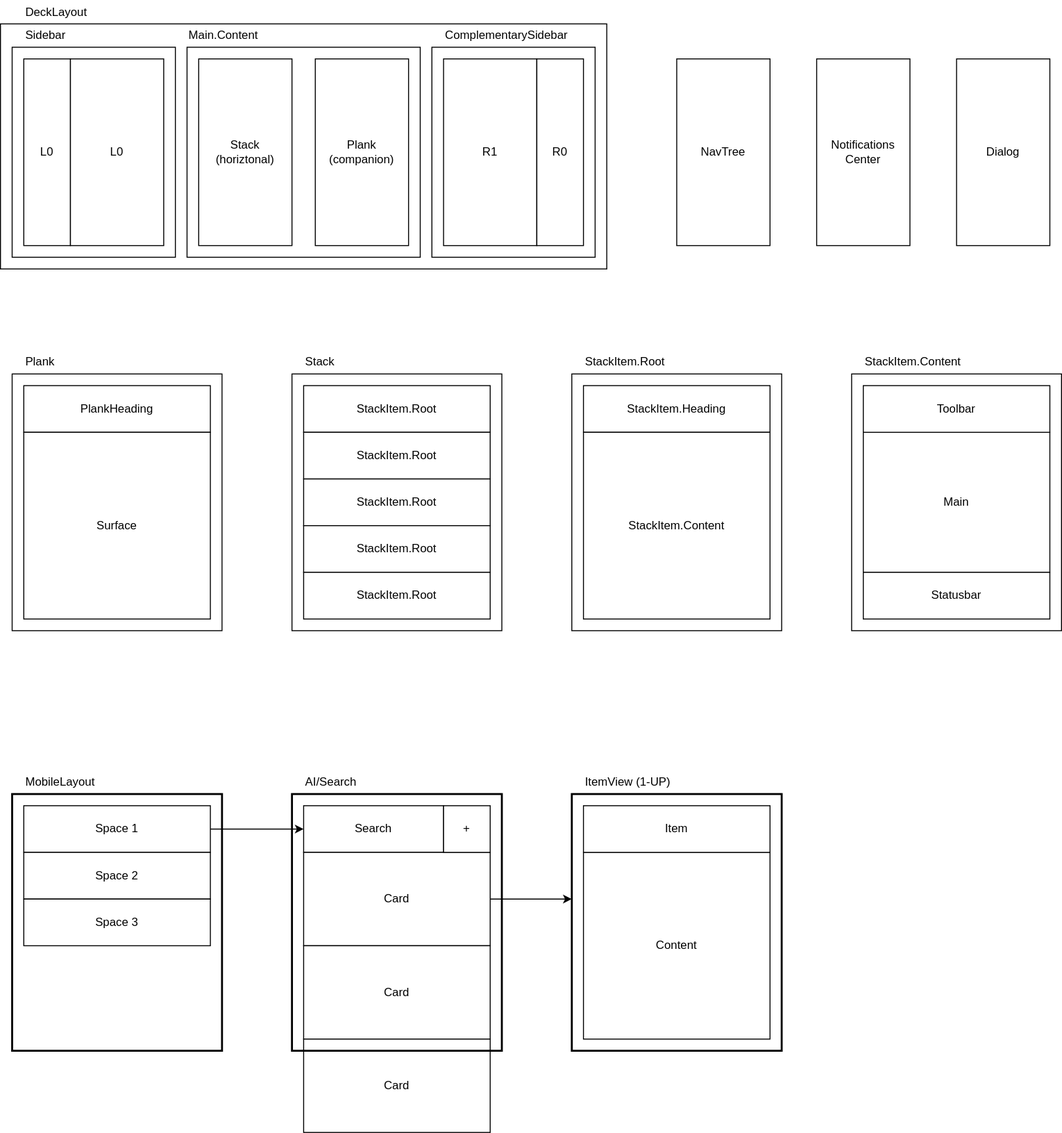
Above: packages/plugins/plugin-deck/docs/layout.drawio.svg in dxos/dxos (draw.io), before the change. Source tidied: cells renumbered, new cells last; positions are measured from the earlier drawing's top-left corner, leaving out a move shared by most shapes. The source it was exported from:
```xml
<mxGraphModel>
  <root>
    <mxCell id="0" />
    <mxCell id="1" parent="0" />
    <mxCell id="2" style="rounded=0;whiteSpace=wrap;html=1;fillColor=none;" parent="1" vertex="1">
      <mxGeometry x="300" y="384" width="216" height="264" as="geometry" />
    </mxCell>
    <mxCell id="3" style="rounded=0;whiteSpace=wrap;html=1;fillColor=none;" parent="1" vertex="1">
      <mxGeometry x="444" y="48" width="168" height="216" as="geometry" />
    </mxCell>
    <mxCell id="4" style="rounded=0;whiteSpace=wrap;html=1;fillColor=none;" parent="1" vertex="1">
      <mxGeometry x="12" y="48" width="168" height="216" as="geometry" />
    </mxCell>
    <mxCell id="5" style="rounded=0;whiteSpace=wrap;html=1;fillColor=none;" parent="1" vertex="1">
      <mxGeometry y="24" width="624" height="252" as="geometry" />
    </mxCell>
    <mxCell id="6" style="rounded=0;whiteSpace=wrap;html=1;fillColor=none;" parent="1" vertex="1">
      <mxGeometry x="12" y="384" width="216" height="264" as="geometry" />
    </mxCell>
    <mxCell id="7" style="rounded=0;whiteSpace=wrap;html=1;fillColor=none;" parent="1" vertex="1">
      <mxGeometry x="876" y="384" width="216" height="264" as="geometry" />
    </mxCell>
    <mxCell id="8" value="L0" style="rounded=0;whiteSpace=wrap;html=1;" parent="1" vertex="1">
      <mxGeometry x="24" y="60" width="48" height="192" as="geometry" />
    </mxCell>
    <mxCell id="9" value="L0" style="rounded=0;whiteSpace=wrap;html=1;" parent="1" vertex="1">
      <mxGeometry x="72" y="60" width="96" height="192" as="geometry" />
    </mxCell>
    <mxCell id="10" style="rounded=0;whiteSpace=wrap;html=1;" parent="1" vertex="1">
      <mxGeometry x="192" y="48" width="240" height="216" as="geometry" />
    </mxCell>
    <mxCell id="11" value="R1" style="rounded=0;whiteSpace=wrap;html=1;" parent="1" vertex="1">
      <mxGeometry x="456" y="60" width="96" height="192" as="geometry" />
    </mxCell>
    <mxCell id="12" value="R0" style="rounded=0;whiteSpace=wrap;html=1;" parent="1" vertex="1">
      <mxGeometry x="552" y="60" width="48" height="192" as="geometry" />
    </mxCell>
    <mxCell id="13" value="Main" style="rounded=0;whiteSpace=wrap;html=1;" parent="1" vertex="1">
      <mxGeometry x="888" y="444" width="192" height="144" as="geometry" />
    </mxCell>
    <mxCell id="14" value="Toolbar" style="rounded=0;whiteSpace=wrap;html=1;" parent="1" vertex="1">
      <mxGeometry x="888" y="396" width="192" height="48" as="geometry" />
    </mxCell>
    <mxCell id="15" value="Statusbar" style="rounded=0;whiteSpace=wrap;html=1;" parent="1" vertex="1">
      <mxGeometry x="888" y="588" width="192" height="48" as="geometry" />
    </mxCell>
    <mxCell id="16" value="StackItem.Content" style="rounded=0;whiteSpace=wrap;html=1;align=left;strokeColor=none;fillColor=none;" parent="1" vertex="1">
      <mxGeometry x="888" y="360" width="144" height="24" as="geometry" />
    </mxCell>
    <mxCell id="17" value="PlankHeading" style="rounded=0;whiteSpace=wrap;html=1;" parent="1" vertex="1">
      <mxGeometry x="24" y="396" width="192" height="48" as="geometry" />
    </mxCell>
    <mxCell id="18" value="Surface" style="rounded=0;whiteSpace=wrap;html=1;" parent="1" vertex="1">
      <mxGeometry x="24" y="444" width="192" height="192" as="geometry" />
    </mxCell>
    <mxCell id="19" value="Plank" style="rounded=0;whiteSpace=wrap;html=1;align=left;strokeColor=none;fillColor=none;" parent="1" vertex="1">
      <mxGeometry x="24" y="360" width="144" height="24" as="geometry" />
    </mxCell>
    <mxCell id="20" value="Sidebar" style="rounded=0;whiteSpace=wrap;html=1;align=left;strokeColor=none;fillColor=none;" parent="1" vertex="1">
      <mxGeometry x="24" y="24" width="144" height="24" as="geometry" />
    </mxCell>
    <mxCell id="21" value="ComplementarySidebar" style="rounded=0;whiteSpace=wrap;html=1;align=left;strokeColor=none;fillColor=none;" parent="1" vertex="1">
      <mxGeometry x="456" y="24" width="144" height="24" as="geometry" />
    </mxCell>
    <mxCell id="22" value="DeckLayout" style="rounded=0;whiteSpace=wrap;html=1;align=left;strokeColor=none;fillColor=none;" parent="1" vertex="1">
      <mxGeometry x="24" width="144" height="24" as="geometry" />
    </mxCell>
    <mxCell id="23" value="Stack" style="rounded=0;whiteSpace=wrap;html=1;align=left;strokeColor=none;fillColor=none;" parent="1" vertex="1">
      <mxGeometry x="312" y="360" width="144" height="24" as="geometry" />
    </mxCell>
    <mxCell id="24" value="StackItem.Root" style="rounded=0;whiteSpace=wrap;html=1;" parent="1" vertex="1">
      <mxGeometry x="312" y="396" width="192" height="48" as="geometry" />
    </mxCell>
    <mxCell id="25" value="StackItem.Root" style="rounded=0;whiteSpace=wrap;html=1;" parent="1" vertex="1">
      <mxGeometry x="312" y="444" width="192" height="48" as="geometry" />
    </mxCell>
    <mxCell id="26" value="StackItem.Root" style="rounded=0;whiteSpace=wrap;html=1;" parent="1" vertex="1">
      <mxGeometry x="312" y="492" width="192" height="48" as="geometry" />
    </mxCell>
    <mxCell id="27" value="StackItem.Root" style="rounded=0;whiteSpace=wrap;html=1;" parent="1" vertex="1">
      <mxGeometry x="312" y="540" width="192" height="48" as="geometry" />
    </mxCell>
    <mxCell id="28" value="StackItem.Root" style="rounded=0;whiteSpace=wrap;html=1;" parent="1" vertex="1">
      <mxGeometry x="312" y="588" width="192" height="48" as="geometry" />
    </mxCell>
    <mxCell id="29" value="StackItem.Heading" style="rounded=0;whiteSpace=wrap;html=1;" parent="1" vertex="1">
      <mxGeometry x="600" y="396" width="192" height="48" as="geometry" />
    </mxCell>
    <mxCell id="30" value="StackItem.Content" style="rounded=0;whiteSpace=wrap;html=1;" parent="1" vertex="1">
      <mxGeometry x="600" y="444" width="192" height="192" as="geometry" />
    </mxCell>
    <mxCell id="31" value="StackItem.Root" style="rounded=0;whiteSpace=wrap;html=1;align=left;strokeColor=none;fillColor=none;" parent="1" vertex="1">
      <mxGeometry x="600" y="360" width="144" height="24" as="geometry" />
    </mxCell>
    <mxCell id="32" style="rounded=0;whiteSpace=wrap;html=1;fillColor=none;" parent="1" vertex="1">
      <mxGeometry x="588" y="384" width="216" height="264" as="geometry" />
    </mxCell>
    <mxCell id="33" value="Main.Content" style="rounded=0;whiteSpace=wrap;html=1;align=left;strokeColor=none;fillColor=none;" parent="1" vertex="1">
      <mxGeometry x="192" y="24" width="144" height="24" as="geometry" />
    </mxCell>
    <mxCell id="34" value="Stack&lt;br&gt;(horiztonal)" style="rounded=0;whiteSpace=wrap;html=1;" parent="1" vertex="1">
      <mxGeometry x="204" y="60" width="96" height="192" as="geometry" />
    </mxCell>
    <mxCell id="35" value="Plank&lt;br&gt;(companion)" style="rounded=0;whiteSpace=wrap;html=1;" parent="1" vertex="1">
      <mxGeometry x="324" y="60" width="96" height="192" as="geometry" />
    </mxCell>
    <mxCell id="36" value="Notifications&lt;br&gt;Center" style="rounded=0;whiteSpace=wrap;html=1;" parent="1" vertex="1">
      <mxGeometry x="840" y="60" width="96" height="192" as="geometry" />
    </mxCell>
    <mxCell id="37" value="NavTree" style="rounded=0;whiteSpace=wrap;html=1;" parent="1" vertex="1">
      <mxGeometry x="696" y="60" width="96" height="192" as="geometry" />
    </mxCell>
    <mxCell id="38" value="Dialog" style="rounded=0;whiteSpace=wrap;html=1;" parent="1" vertex="1">
      <mxGeometry x="984" y="60" width="96" height="192" as="geometry" />
    </mxCell>
    <mxCell id="39" style="edgeStyle=none;html=1;exitX=1;exitY=0.5;exitDx=0;exitDy=0;" parent="1" edge="1" source="40" target="43">
      <mxGeometry relative="1" as="geometry" />
    </mxCell>
    <mxCell id="40" value="Space 1" style="rounded=0;whiteSpace=wrap;html=1;" parent="1" vertex="1">
      <mxGeometry x="24" y="828" width="192" height="48" as="geometry" />
    </mxCell>
    <mxCell id="41" value="Space 2" style="rounded=0;whiteSpace=wrap;html=1;" parent="1" vertex="1">
      <mxGeometry x="24" y="876" width="192" height="48" as="geometry" />
    </mxCell>
    <mxCell id="42" value="Space 3" style="rounded=0;whiteSpace=wrap;html=1;" parent="1" vertex="1">
      <mxGeometry x="24" y="924" width="192" height="48" as="geometry" />
    </mxCell>
    <mxCell id="43" value="Search" style="rounded=0;whiteSpace=wrap;html=1;" parent="1" vertex="1">
      <mxGeometry x="312" y="828" width="144" height="48" as="geometry" />
    </mxCell>
    <mxCell id="44" style="edgeStyle=none;html=1;exitX=1;exitY=0.5;exitDx=0;exitDy=0;" parent="1" edge="1" source="45">
      <mxGeometry relative="1" as="geometry">
        <mxPoint x="588" y="924" as="targetPoint" />
      </mxGeometry>
    </mxCell>
    <mxCell id="45" value="Card" style="rounded=0;whiteSpace=wrap;html=1;" parent="1" vertex="1">
      <mxGeometry x="312" y="876" width="192" height="96" as="geometry" />
    </mxCell>
    <mxCell id="46" value="Card" style="rounded=0;whiteSpace=wrap;html=1;" parent="1" vertex="1">
      <mxGeometry x="312" y="972" width="192" height="96" as="geometry" />
    </mxCell>
    <mxCell id="47" value="Card" style="rounded=0;whiteSpace=wrap;html=1;" parent="1" vertex="1">
      <mxGeometry x="312" y="1068" width="192" height="96" as="geometry" />
    </mxCell>
    <mxCell id="48" value="MobileLayout" style="rounded=0;whiteSpace=wrap;html=1;align=left;strokeColor=none;fillColor=none;" parent="1" vertex="1">
      <mxGeometry x="24" y="792" width="144" height="24" as="geometry" />
    </mxCell>
    <mxCell id="49" value="+" style="rounded=0;whiteSpace=wrap;html=1;" parent="1" vertex="1">
      <mxGeometry x="456" y="828" width="48" height="48" as="geometry" />
    </mxCell>
    <mxCell id="50" value="Content" style="rounded=0;whiteSpace=wrap;html=1;" parent="1" vertex="1">
      <mxGeometry x="600" y="876" width="192" height="192" as="geometry" />
    </mxCell>
    <mxCell id="51" value="Item" style="rounded=0;whiteSpace=wrap;html=1;" parent="1" vertex="1">
      <mxGeometry x="600" y="828" width="192" height="48" as="geometry" />
    </mxCell>
    <mxCell id="52" value="AI/Search" style="rounded=0;whiteSpace=wrap;html=1;align=left;strokeColor=none;fillColor=none;" parent="1" vertex="1">
      <mxGeometry x="312" y="792" width="144" height="24" as="geometry" />
    </mxCell>
    <mxCell id="53" value="ItemView (1-UP)" style="rounded=0;whiteSpace=wrap;html=1;align=left;strokeColor=none;fillColor=none;" parent="1" vertex="1">
      <mxGeometry x="600" y="792" width="144" height="24" as="geometry" />
    </mxCell>
    <mxCell id="54" style="rounded=0;whiteSpace=wrap;html=1;fillColor=none;strokeWidth=2;" parent="1" vertex="1">
      <mxGeometry x="588" y="816" width="216" height="264" as="geometry" />
    </mxCell>
    <mxCell id="55" style="rounded=0;whiteSpace=wrap;html=1;fillColor=none;strokeWidth=2;" parent="1" vertex="1">
      <mxGeometry x="300" y="816" width="216" height="264" as="geometry" />
    </mxCell>
    <mxCell id="56" style="rounded=0;whiteSpace=wrap;html=1;fillColor=none;strokeWidth=2;" parent="1" vertex="1">
      <mxGeometry x="12" y="816" width="216" height="264" as="geometry" />
    </mxCell>
  </root>
</mxGraphModel>
```
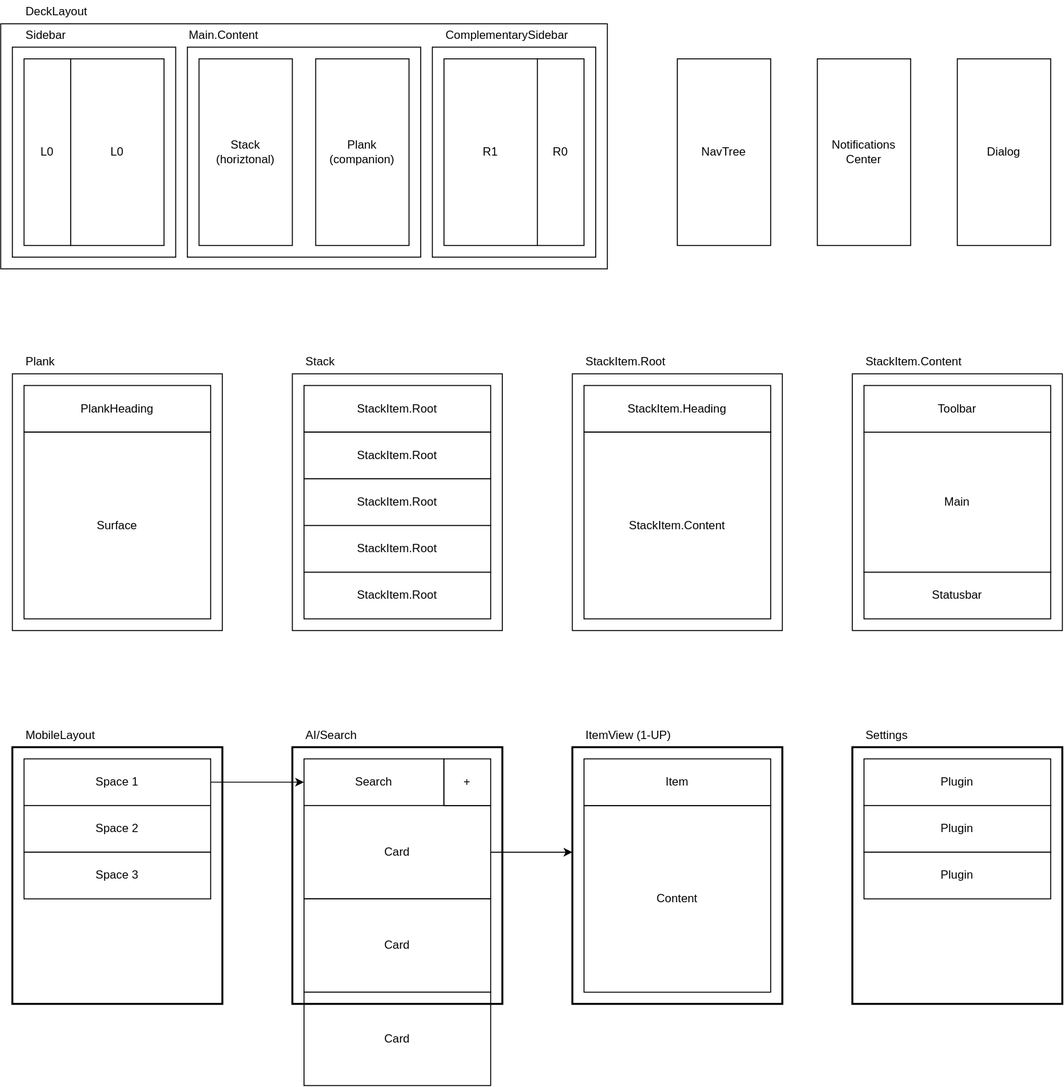
After the change.

Commit message:
docs: add layout diagram for settings panel

What changed in the source:
```diff
@@ -2,6 +2,12 @@
   <root>
     <mxCell id="0" />
     <mxCell id="1" parent="0" />
+    <mxCell id="57" style="rounded=0;whiteSpace=wrap;html=1;fillColor=none;strokeWidth=2;" parent="1" vertex="1">
+      <mxGeometry x="876" y="768" width="216" height="264" as="geometry" />
+    </mxCell>
+    <mxCell id="54" style="rounded=0;whiteSpace=wrap;html=1;fillColor=none;strokeWidth=2;" parent="1" vertex="1">
+      <mxGeometry x="588" y="768" width="216" height="264" as="geometry" />
+    </mxCell>
     <mxCell id="2" style="rounded=0;whiteSpace=wrap;html=1;fillColor=none;" parent="1" vertex="1">
       <mxGeometry x="300" y="384" width="216" height="264" as="geometry" />
     </mxCell>
@@ -117,57 +123,66 @@
       <mxGeometry relative="1" as="geometry" />
     </mxCell>
     <mxCell id="40" value="Space 1" style="rounded=0;whiteSpace=wrap;html=1;" parent="1" vertex="1">
-      <mxGeometry x="24" y="828" width="192" height="48" as="geometry" />
+      <mxGeometry x="24" y="780" width="192" height="48" as="geometry" />
     </mxCell>
     <mxCell id="41" value="Space 2" style="rounded=0;whiteSpace=wrap;html=1;" parent="1" vertex="1">
-      <mxGeometry x="24" y="876" width="192" height="48" as="geometry" />
+      <mxGeometry x="24" y="828" width="192" height="48" as="geometry" />
     </mxCell>
     <mxCell id="42" value="Space 3" style="rounded=0;whiteSpace=wrap;html=1;" parent="1" vertex="1">
-      <mxGeometry x="24" y="924" width="192" height="48" as="geometry" />
+      <mxGeometry x="24" y="876" width="192" height="48" as="geometry" />
     </mxCell>
     <mxCell id="43" value="Search" style="rounded=0;whiteSpace=wrap;html=1;" parent="1" vertex="1">
-      <mxGeometry x="312" y="828" width="144" height="48" as="geometry" />
+      <mxGeometry x="312" y="780" width="144" height="48" as="geometry" />
     </mxCell>
     <mxCell id="44" style="edgeStyle=none;html=1;exitX=1;exitY=0.5;exitDx=0;exitDy=0;" parent="1" edge="1" source="45">
       <mxGeometry relative="1" as="geometry">
-        <mxPoint x="588" y="924" as="targetPoint" />
+        <mxPoint x="588" y="876" as="targetPoint" />
       </mxGeometry>
     </mxCell>
     <mxCell id="45" value="Card" style="rounded=0;whiteSpace=wrap;html=1;" parent="1" vertex="1">
-      <mxGeometry x="312" y="876" width="192" height="96" as="geometry" />
+      <mxGeometry x="312" y="828" width="192" height="96" as="geometry" />
     </mxCell>
     <mxCell id="46" value="Card" style="rounded=0;whiteSpace=wrap;html=1;" parent="1" vertex="1">
-      <mxGeometry x="312" y="972" width="192" height="96" as="geometry" />
+      <mxGeometry x="312" y="924" width="192" height="96" as="geometry" />
     </mxCell>
     <mxCell id="47" value="Card" style="rounded=0;whiteSpace=wrap;html=1;" parent="1" vertex="1">
-      <mxGeometry x="312" y="1068" width="192" height="96" as="geometry" />
+      <mxGeometry x="312" y="1020" width="192" height="96" as="geometry" />
     </mxCell>
     <mxCell id="48" value="MobileLayout" style="rounded=0;whiteSpace=wrap;html=1;align=left;strokeColor=none;fillColor=none;" parent="1" vertex="1">
-      <mxGeometry x="24" y="792" width="144" height="24" as="geometry" />
+      <mxGeometry x="24" y="744" width="144" height="24" as="geometry" />
     </mxCell>
     <mxCell id="49" value="+" style="rounded=0;whiteSpace=wrap;html=1;" parent="1" vertex="1">
-      <mxGeometry x="456" y="828" width="48" height="48" as="geometry" />
+      <mxGeometry x="456" y="780" width="48" height="48" as="geometry" />
     </mxCell>
     <mxCell id="50" value="Content" style="rounded=0;whiteSpace=wrap;html=1;" parent="1" vertex="1">
-      <mxGeometry x="600" y="876" width="192" height="192" as="geometry" />
+      <mxGeometry x="600" y="828" width="192" height="192" as="geometry" />
     </mxCell>
     <mxCell id="51" value="Item" style="rounded=0;whiteSpace=wrap;html=1;" parent="1" vertex="1">
-      <mxGeometry x="600" y="828" width="192" height="48" as="geometry" />
+      <mxGeometry x="600" y="780" width="192" height="48" as="geometry" />
     </mxCell>
     <mxCell id="52" value="AI/Search" style="rounded=0;whiteSpace=wrap;html=1;align=left;strokeColor=none;fillColor=none;" parent="1" vertex="1">
-      <mxGeometry x="312" y="792" width="144" height="24" as="geometry" />
+      <mxGeometry x="312" y="744" width="144" height="24" as="geometry" />
     </mxCell>
-    <mxCell id="53" value="ItemView (1-UP)" style="rounded=0;whiteSpace=wrap;html=1;align=left;strokeColor=none;fillColor=none;" parent="1" vertex="1">
-      <mxGeometry x="600" y="792" width="144" height="24" as="geometry" />
+    <mxCell id="53" value="Settings" style="rounded=0;whiteSpace=wrap;html=1;align=left;strokeColor=none;fillColor=none;" parent="1" vertex="1">
+      <mxGeometry x="888" y="744" width="144" height="24" as="geometry" />
     </mxCell>
-    <mxCell id="54" style="rounded=0;whiteSpace=wrap;html=1;fillColor=none;strokeWidth=2;" parent="1" vertex="1">
-      <mxGeometry x="588" y="816" width="216" height="264" as="geometry" />
-    </mxCell>
     <mxCell id="55" style="rounded=0;whiteSpace=wrap;html=1;fillColor=none;strokeWidth=2;" parent="1" vertex="1">
-      <mxGeometry x="300" y="816" width="216" height="264" as="geometry" />
+      <mxGeometry x="300" y="768" width="216" height="264" as="geometry" />
     </mxCell>
     <mxCell id="56" style="rounded=0;whiteSpace=wrap;html=1;fillColor=none;strokeWidth=2;" parent="1" vertex="1">
-      <mxGeometry x="12" y="816" width="216" height="264" as="geometry" />
+      <mxGeometry x="12" y="768" width="216" height="264" as="geometry" />
     </mxCell>
+    <mxCell id="58" value="Plugin" style="rounded=0;whiteSpace=wrap;html=1;" parent="1" vertex="1">
+      <mxGeometry x="888" y="780" width="192" height="48" as="geometry" />
+    </mxCell>
+    <mxCell id="59" value="Plugin" style="rounded=0;whiteSpace=wrap;html=1;" parent="1" vertex="1">
+      <mxGeometry x="888" y="828" width="192" height="48" as="geometry" />
+    </mxCell>
+    <mxCell id="60" value="Plugin" style="rounded=0;whiteSpace=wrap;html=1;" parent="1" vertex="1">
+      <mxGeometry x="888" y="876" width="192" height="48" as="geometry" />
+    </mxCell>
+    <mxCell id="61" value="ItemView (1-UP)" style="rounded=0;whiteSpace=wrap;html=1;align=left;strokeColor=none;fillColor=none;" parent="1" vertex="1">
+      <mxGeometry x="600" y="744" width="144" height="24" as="geometry" />
+    </mxCell>
   </root>
 </mxGraphModel>
```
